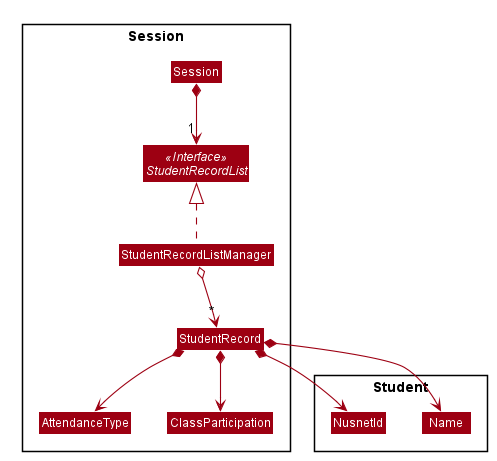
nus-cs2103-AY2021S1/tp keeps this PlantUML diagram as docs/images/StudentRecordDiagram.png. Above is the earlier version.
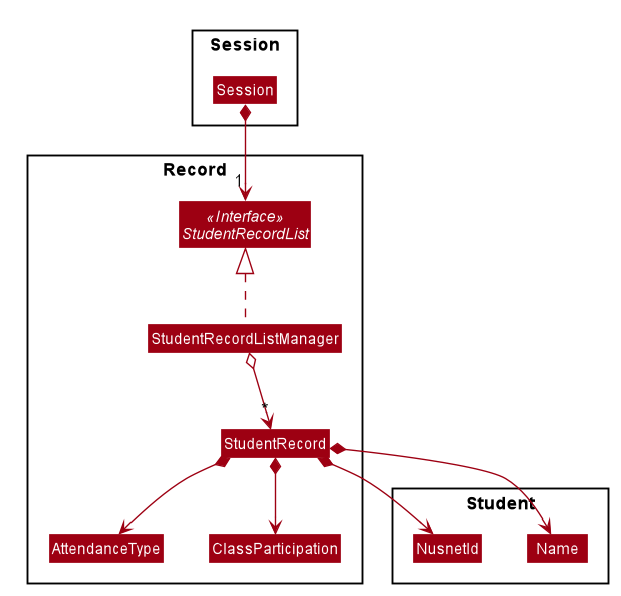
The same diagram one commit later.

The edit, as a diff of the source:
```diff
@@ -53,6 +53,9 @@
 
 package Session {
     Class Session
+}
+
+package Record {
     Interface StudentRecordList <<Interface>>
     Class StudentRecordListManager
     Class StudentRecord
```
